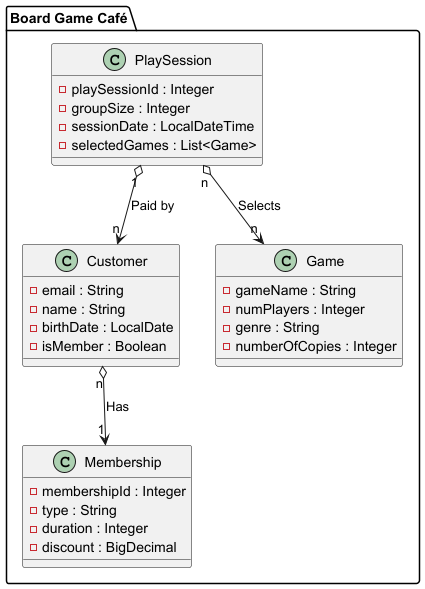
miw-upm/apaw-practice keeps this PlantUML diagram as docs/boardgame-cafe.models.png. Above is the earlier version.
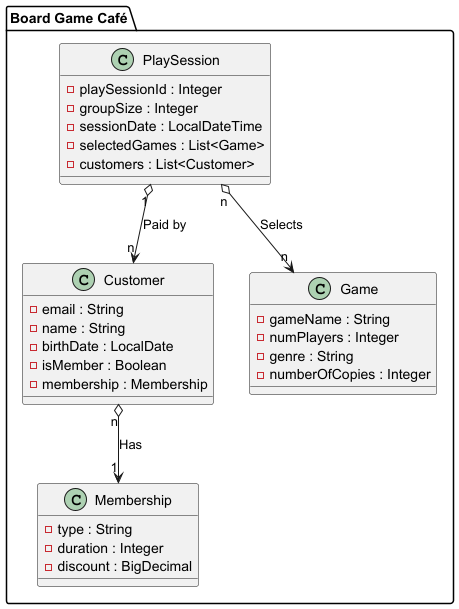
The same file after the commit.

Commit message:
update models Boradgame Cafe #928

What changed in the source:
```diff
@@ -6,6 +6,7 @@
     - groupSize : Integer
     - sessionDate : LocalDateTime
     - selectedGames : List<Game>
+    - customers : List<Customer>
 }
 
 class Customer {
@@ -13,10 +14,10 @@
     - name : String
     - birthDate : LocalDate
     - isMember : Boolean
+    - membership : Membership
 }
 
 class Membership {
-    - membershipId : Integer
     - type : String
     - duration : Integer
     - discount : BigDecimal
```
